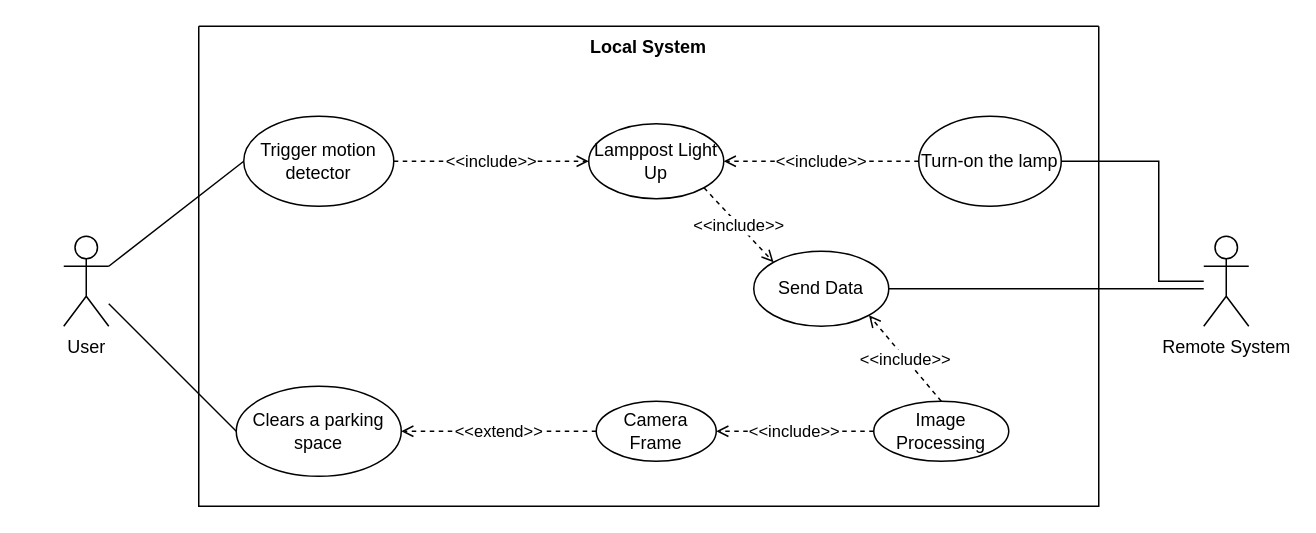
Earlier version of the draw.io diagram page "UseCases" (1 of 3) of project/report/flowcharts/LocalSystem.drawio (ESRGgroup9/slipad). Source tidied: cells renumbered, new cells numbered last; positions are measured from the earlier drawing's top-left corner, leaving out a move shared by most shapes. Both pictures are drawn from the tidied source at 150%, with x=0, y=0 at pixel (63, 26).
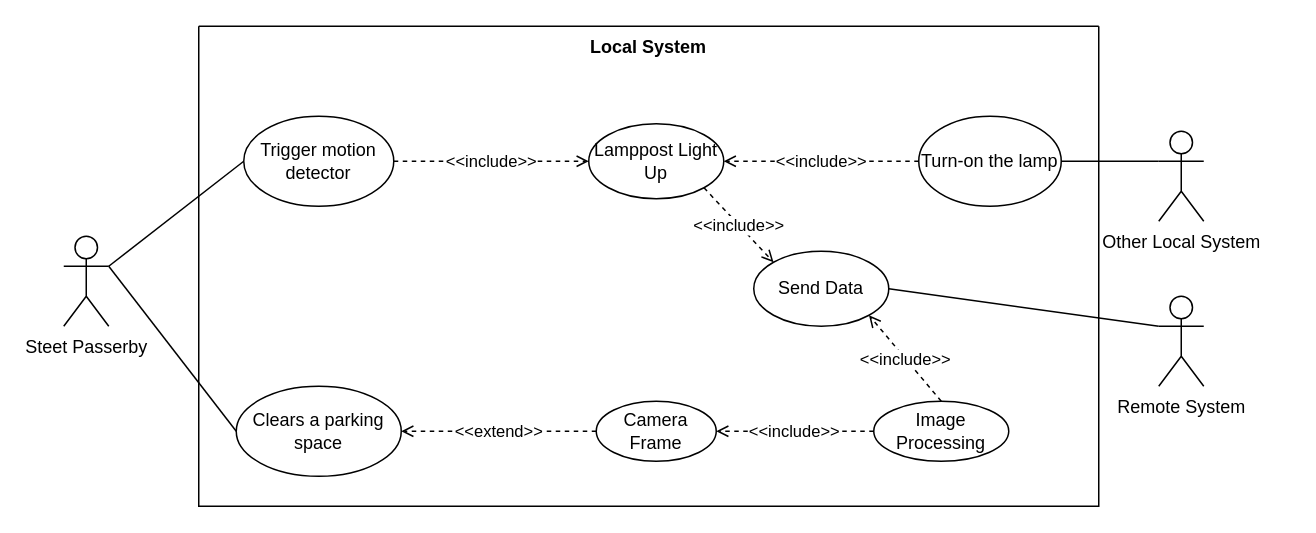
After the change.

Unchanged cells that the change refers to:
```xml
<mxCell id="3" value="Send Data" style="ellipse;whiteSpace=wrap;html=1;" parent="2" vertex="1">
  <mxGeometry x="370" y="150" width="90" height="50" as="geometry" />
</mxCell>
<mxCell id="9" value="Clears a parking space" style="ellipse;whiteSpace=wrap;html=1;" parent="1" vertex="1">
  <mxGeometry x="115" y="240" width="110" height="60" as="geometry" />
</mxCell>
<mxCell id="16" value="Turn-on the lamp" style="ellipse;whiteSpace=wrap;html=1;" parent="1" vertex="1">
  <mxGeometry x="570" y="60" width="95" height="60" as="geometry" />
</mxCell>
```

Diff of the diagram source:
```diff
@@
-    <mxCell id="10" style="edgeStyle=orthogonalEdgeStyle;rounded=0;jettySize=auto;html=1;entryX=1;entryY=0.5;entryDx=0;entryDy=0;endArrow=none;endFill=0;" parent="1" edge="1" source="11" target="16">
-      <mxGeometry relative="1" as="geometry">
-        <Array as="points">
-          <mxPoint x="730" y="170" />
-          <mxPoint x="730" y="90" />
-        </Array>
-      </mxGeometry>
-    </mxCell>
     <mxCell id="11" value="Remote System" style="shape=umlActor;verticalLabelPosition=bottom;verticalAlign=top;html=1;outlineConnect=0;" parent="1" vertex="1">
-      <mxGeometry x="760" y="140" width="30" height="60" as="geometry" />
+      <mxGeometry x="730" y="180" width="30" height="60" as="geometry" />
     </mxCell>
@@
-    <mxCell id="13" style="edgeStyle=none;rounded=0;jettySize=auto;html=1;entryX=0;entryY=0.5;entryDx=0;entryDy=0;endArrow=none;endFill=0;" parent="1" edge="1" source="14" target="9">
+    <mxCell id="13" style="edgeStyle=none;rounded=0;jettySize=auto;html=1;entryX=0;entryY=0.5;entryDx=0;entryDy=0;endArrow=none;endFill=0;exitX=1;exitY=0.3333333333333333;exitDx=0;exitDy=0;exitPerimeter=0;" parent="1" edge="1" source="14" target="9">
       <mxGeometry relative="1" as="geometry" />
     </mxCell>
-    <mxCell id="14" value="User" style="shape=umlActor;verticalLabelPosition=bottom;verticalAlign=top;html=1;outlineConnect=0;" parent="1" vertex="1">
+    <mxCell id="14" value="Steet Passerby" style="shape=umlActor;verticalLabelPosition=bottom;verticalAlign=top;html=1;outlineConnect=0;" parent="1" vertex="1">
       <mxGeometry y="140" width="30" height="60" as="geometry" />
     </mxCell>
@@
+    <mxCell id="22" style="edgeStyle=none;rounded=0;jettySize=auto;html=1;entryX=0;entryY=0.3333333333333333;entryDx=0;entryDy=0;entryPerimeter=0;endArrow=none;endFill=0;" parent="1" edge="1" source="16" target="23">
+      <mxGeometry relative="1" as="geometry" />
+    </mxCell>
@@
-    <mxCell id="17" style="edgeStyle=orthogonalEdgeStyle;rounded=0;jettySize=auto;html=1;exitX=1;exitY=0.5;exitDx=0;exitDy=0;endArrow=none;endFill=0;" parent="1" edge="1" source="3" target="11">
-      <mxGeometry relative="1" as="geometry">
-        <Array as="points">
-          <mxPoint x="670" y="175" />
-          <mxPoint x="670" y="175" />
-        </Array>
-      </mxGeometry>
+    <mxCell id="17" style="rounded=0;jettySize=auto;html=1;exitX=1;exitY=0.5;exitDx=0;exitDy=0;endArrow=none;endFill=0;entryX=0;entryY=0.3333333333333333;entryDx=0;entryDy=0;entryPerimeter=0;" parent="1" edge="1" source="3" target="11">
+      <mxGeometry relative="1" as="geometry" />
     </mxCell>
@@
+    <mxCell id="23" value="Other Local System" style="shape=umlActor;verticalLabelPosition=bottom;verticalAlign=top;html=1;outlineConnect=0;" parent="1" vertex="1">
+      <mxGeometry x="730" y="70" width="30" height="60" as="geometry" />
+    </mxCell>
```
